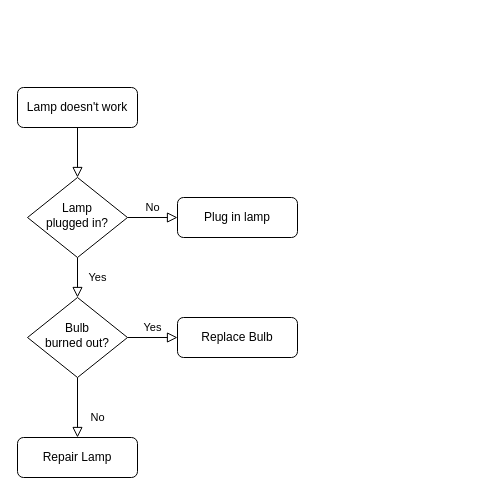
Earlier version of the draw.io diagram Untitled Diagram.drawio (markbrathwaite/git_test). Source tidied: cells renumbered, new cells numbered last; positions are measured from the earlier drawing's top-left corner, leaving out a move shared by most shapes. Both pictures are drawn from the tidied source at 100%, with x=0, y=0 at pixel (17, 87).
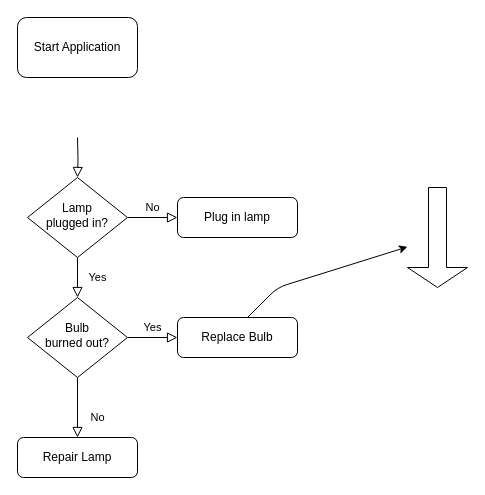
After the change.

Commit message:
Registration & Login App

What changed in the source:
```diff
@@
 <mxGraphModel>
   <root>
     <mxCell id="0" />
     <mxCell id="1" parent="0" />
-    <mxCell id="2" style="rounded=0;html=1;jettySize=auto;fontSize=11;endArrow=block;endFill=0;endSize=8;strokeWidth=1;shadow=0;labelBackgroundColor=none;edgeStyle=orthogonalEdgeStyle;" parent="1" edge="1" source="3" target="6">
-      <mxGeometry relative="1" as="geometry" />
+    <mxCell id="2" style="rounded=0;html=1;jettySize=auto;fontSize=11;endArrow=block;endFill=0;endSize=8;strokeWidth=1;shadow=0;labelBackgroundColor=none;edgeStyle=orthogonalEdgeStyle;" parent="1" edge="1" target="6">
+      <mxGeometry relative="1" as="geometry">
+        <mxPoint x="60" y="50" as="sourcePoint" />
+      </mxGeometry>
     </mxCell>
-    <mxCell id="3" value="Lamp doesn't work" style="rounded=1;whiteSpace=wrap;html=1;fontSize=12;glass=0;strokeWidth=1;shadow=0;" parent="1" vertex="1">
-      <mxGeometry width="120" height="40" as="geometry" />
-    </mxCell>
     <mxCell id="4" value="Yes" style="rounded=0;html=1;jettySize=auto;fontSize=11;endArrow=block;endFill=0;endSize=8;strokeWidth=1;shadow=0;labelBackgroundColor=none;edgeStyle=orthogonalEdgeStyle;" parent="1" edge="1" source="6" target="10">
       <mxGeometry y="20" relative="1" as="geometry" />
     </mxCell>
     <mxCell id="5" value="No" style="edgeStyle=orthogonalEdgeStyle;rounded=0;html=1;jettySize=auto;fontSize=11;endArrow=block;endFill=0;endSize=8;strokeWidth=1;shadow=0;labelBackgroundColor=none;" parent="1" edge="1" source="6" target="7">
       <mxGeometry y="10" relative="1" as="geometry" />
     </mxCell>
     <mxCell id="6" value="Lamp&lt;br&gt;plugged in?" style="rhombus;whiteSpace=wrap;html=1;shadow=0;fontFamily=Helvetica;fontSize=12;align=center;strokeWidth=1;spacing=6;spacingTop=-4;" parent="1" vertex="1">
       <mxGeometry x="10" y="90" width="100" height="80" as="geometry" />
     </mxCell>
     <mxCell id="7" value="Plug in lamp" style="rounded=1;whiteSpace=wrap;html=1;fontSize=12;glass=0;strokeWidth=1;shadow=0;" parent="1" vertex="1">
       <mxGeometry x="160" y="110" width="120" height="40" as="geometry" />
     </mxCell>
     <mxCell id="8" value="No" style="rounded=0;html=1;jettySize=auto;fontSize=11;endArrow=block;endFill=0;endSize=8;strokeWidth=1;shadow=0;labelBackgroundColor=none;edgeStyle=orthogonalEdgeStyle;" parent="1" edge="1" source="10" target="11">
       <mxGeometry x="0.33" y="20" relative="1" as="geometry" />
     </mxCell>
     <mxCell id="9" value="Yes" style="edgeStyle=orthogonalEdgeStyle;rounded=0;html=1;jettySize=auto;fontSize=11;endArrow=block;endFill=0;endSize=8;strokeWidth=1;shadow=0;labelBackgroundColor=none;" parent="1" edge="1" source="10" target="12">
       <mxGeometry y="10" relative="1" as="geometry" />
     </mxCell>
     <mxCell id="10" value="Bulb&lt;br&gt;burned out?" style="rhombus;whiteSpace=wrap;html=1;shadow=0;fontFamily=Helvetica;fontSize=12;align=center;strokeWidth=1;spacing=6;spacingTop=-4;" parent="1" vertex="1">
       <mxGeometry x="10" y="210" width="100" height="80" as="geometry" />
     </mxCell>
     <mxCell id="11" value="Repair Lamp" style="rounded=1;whiteSpace=wrap;html=1;fontSize=12;glass=0;strokeWidth=1;shadow=0;" parent="1" vertex="1">
       <mxGeometry y="350" width="120" height="40" as="geometry" />
     </mxCell>
     <mxCell id="12" value="Replace Bulb" style="rounded=1;whiteSpace=wrap;html=1;fontSize=12;glass=0;strokeWidth=1;shadow=0;" parent="1" vertex="1">
       <mxGeometry x="160" y="230" width="120" height="40" as="geometry" />
     </mxCell>
+    <mxCell id="13" style="endArrow=classic;html=1;" parent="1" edge="1" target="14">
+      <mxGeometry relative="1" as="geometry">
+        <mxPoint x="230" y="230" as="sourcePoint" />
+        <Array as="points">
+          <mxPoint x="260" y="200" />
+        </Array>
+      </mxGeometry>
+    </mxCell>
+    <mxCell id="14" style="shape=singleArrow;direction=south;whiteSpace=wrap;html=1;" parent="1" vertex="1">
+      <mxGeometry x="390" y="100" width="60" height="100" as="geometry" />
+    </mxCell>
+    <mxCell id="15" value="Start Application" style="rounded=1;whiteSpace=wrap;html=1;" parent="1" vertex="1">
+      <mxGeometry y="-70" width="120" height="60" as="geometry" />
+    </mxCell>
   </root>
 </mxGraphModel>
```
